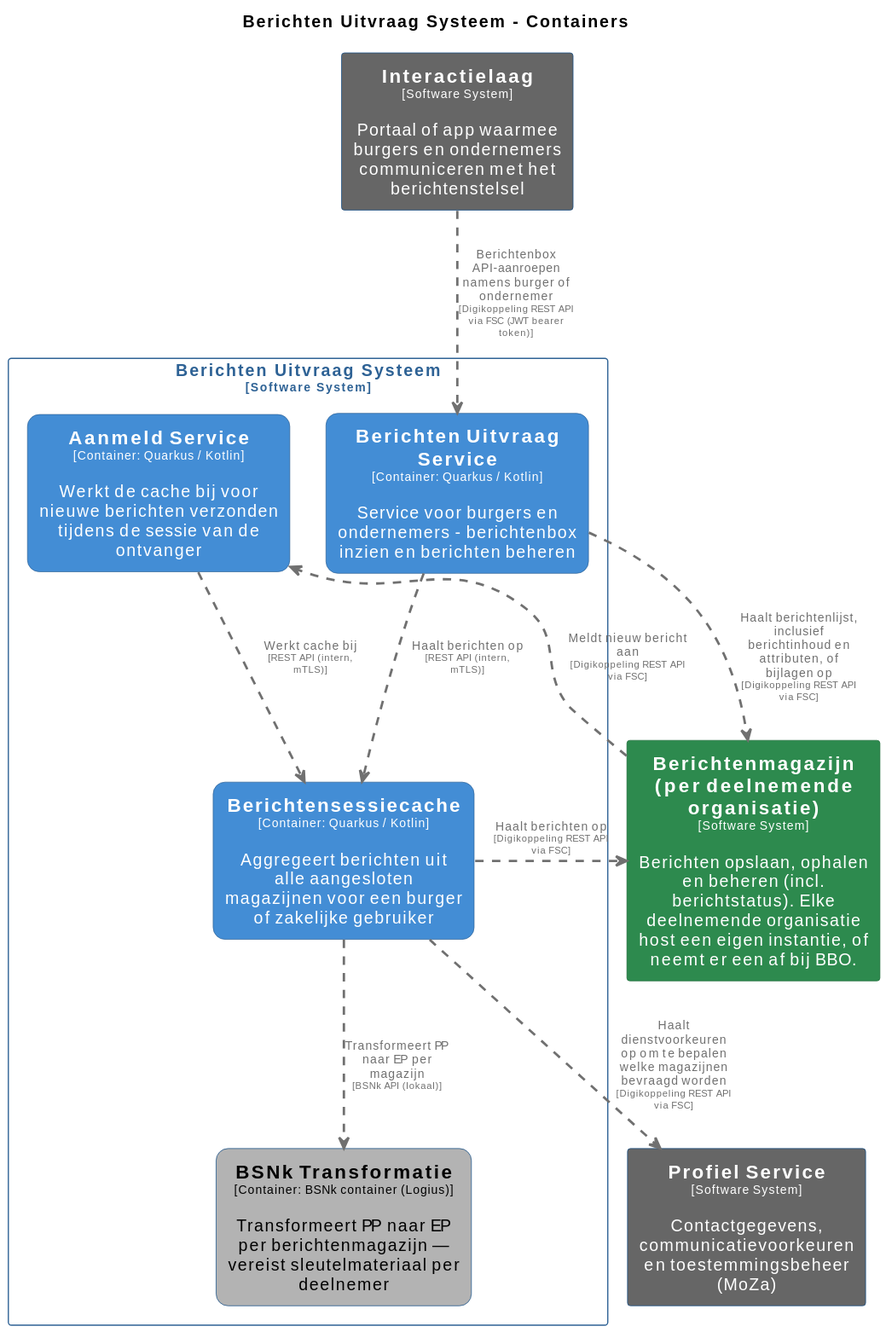
Before: pr-preview/pr-29/master/svg/BerichtenUitvraagSysteemContainers.svg, a diagram exported from PlantUML (MinBZK/moza-poc-fbs-berichtenbox). Its source is kept beside it as pr-preview/pr-29/master/puml/BerichtenUitvraagSysteemContainers.puml.
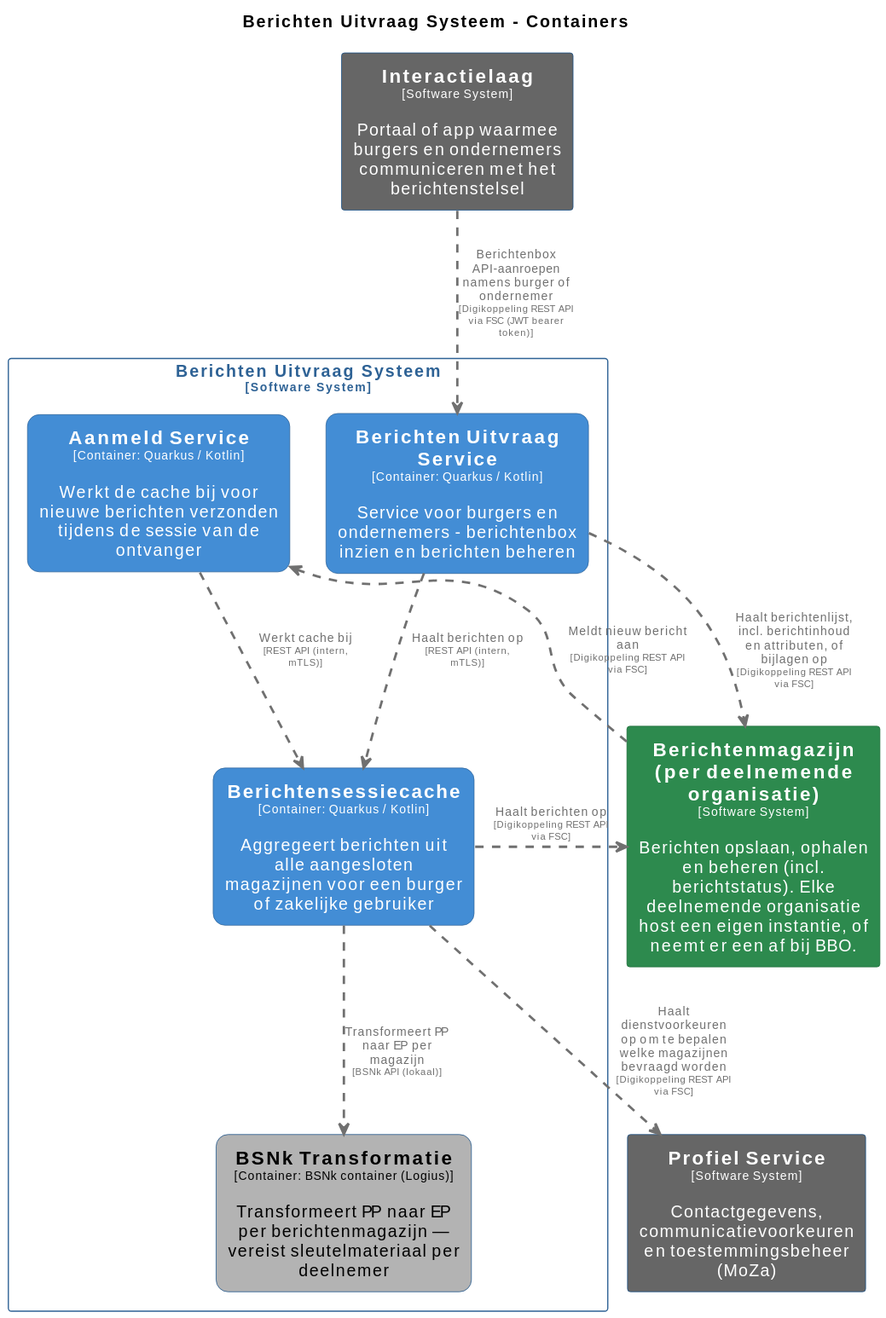
The same file after the commit.

What changed in the source:
```diff
@@ -85,5 +85,5 @@
 BerichtenUitvraagSysteem.AanmeldService .[#707070,thickness=2].> BerichtenUitvraagSysteem.Berichtensessiecache : "<color:#707070>Werkt cache bij\n<color:#707070><size:8>[REST API (intern, mTLS)]</size>"
 BerichtenUitvraagSysteem.BerichtenUitvraagService .[#707070,thickness=2].> BerichtenUitvraagSysteem.Berichtensessiecache : "<color:#707070>Haalt berichten op\n<color:#707070><size:8>[REST API (intern, mTLS)]</size>"
 Interactielaag .[#707070,thickness=2].> BerichtenUitvraagSysteem.BerichtenUitvraagService : "<color:#707070>Berichtenbox API-aanroepen namens burger of ondernemer\n<color:#707070><size:8>[Digikoppeling REST API via FSC (JWT bearer token)]</size>"
-BerichtenUitvraagSysteem.BerichtenUitvraagService .[#707070,thickness=2].> Berichtenmagazijnperdeelnemendeorganisatie : "<color:#707070>Haalt berichtenlijst, inclusief berichtinhoud en attributen, of bijlagen op\n<color:#707070><size:8>[Digikoppeling REST API via FSC]</size>"
+BerichtenUitvraagSysteem.BerichtenUitvraagService .[#707070,thickness=2].> Berichtenmagazijnperdeelnemendeorganisatie : "<color:#707070>Haalt berichtenlijst, incl. berichtinhoud en attributen, of bijlagen op\n<color:#707070><size:8>[Digikoppeling REST API via FSC]</size>"
 @enduml
```
